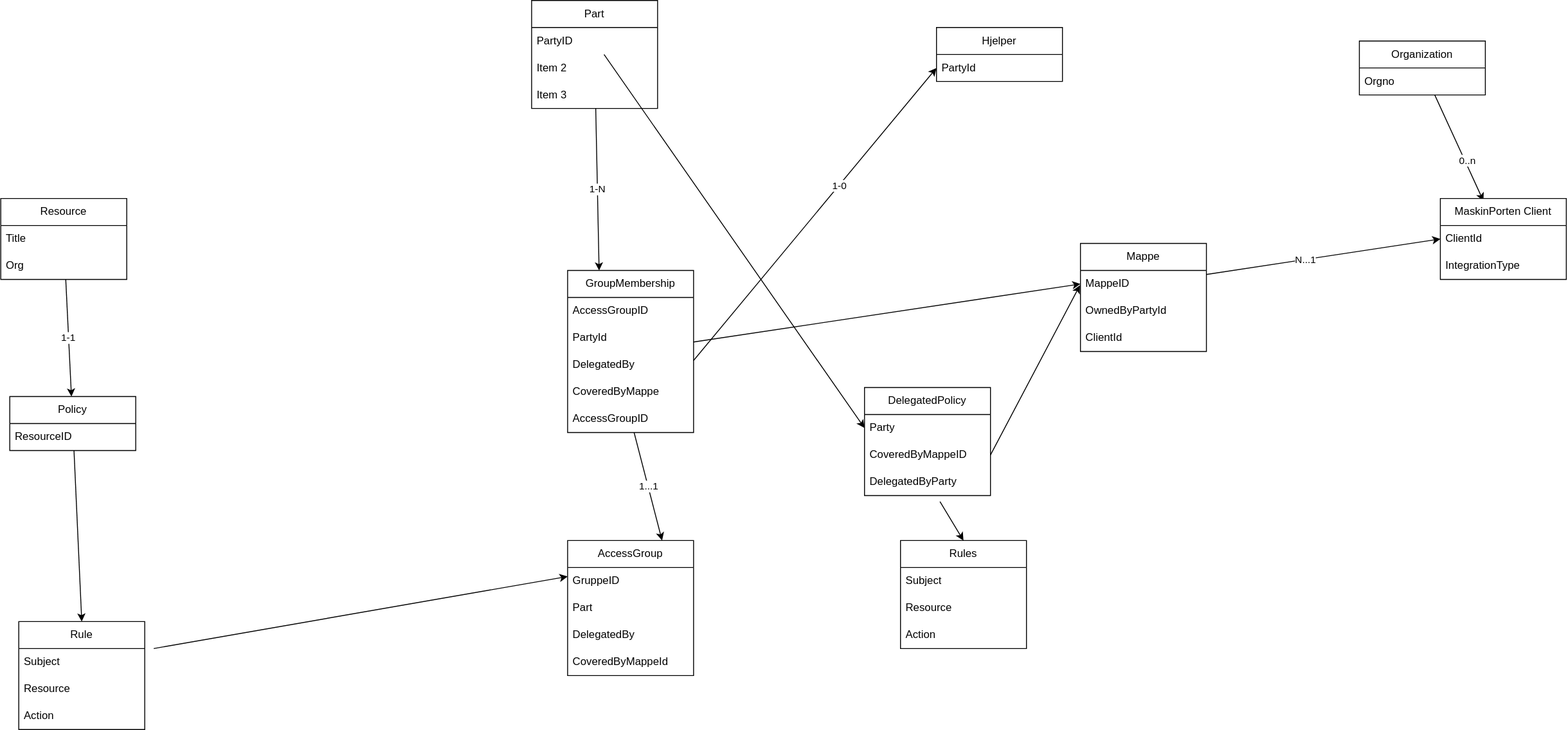
Above: content/authentication/systemauthenticationmodels.drawio.svg in Altinn/altinn-studio-docs (draw.io), before the change. Source tidied: cells renumbered, new cells last; positions are measured from the earlier drawing's top-left corner, leaving out a move shared by most shapes.
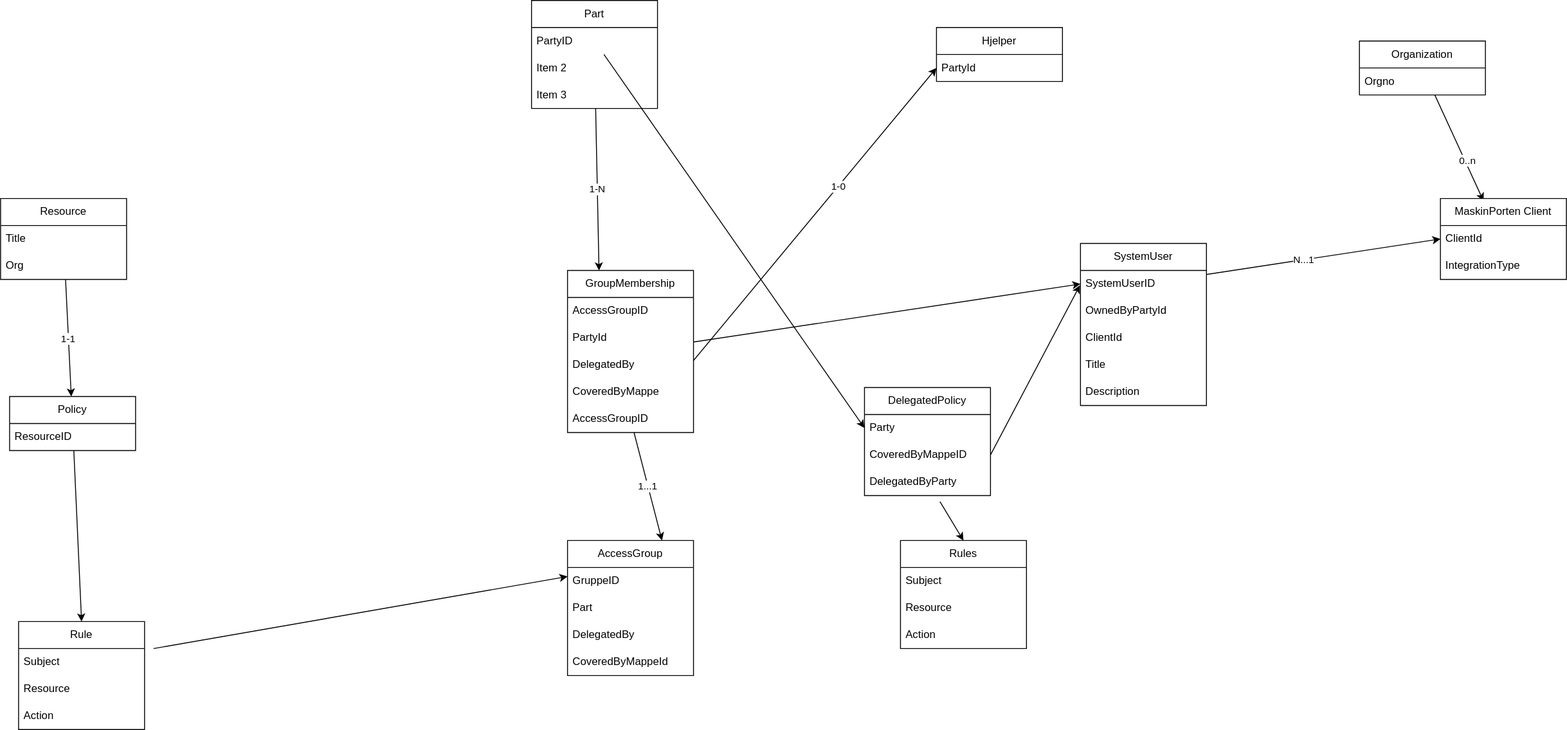
The same file after the commit.

What changed in the source:
```diff
@@ -2,10 +2,10 @@
   <root>
     <mxCell id="0" />
     <mxCell id="1" parent="0" />
-    <mxCell id="2" value="Mappe" style="swimlane;fontStyle=0;horizontal=1;startSize=30;whiteSpace=wrap;html=1;" parent="1" vertex="1">
-      <mxGeometry x="1200" y="270" width="140" height="120" as="geometry" />
+    <mxCell id="2" value="SystemUser" style="swimlane;fontStyle=0;horizontal=1;startSize=30;whiteSpace=wrap;html=1;" parent="1" vertex="1">
+      <mxGeometry x="1200" y="270" width="140" height="180" as="geometry" />
     </mxCell>
-    <mxCell id="3" value="MappeID" style="text;strokeColor=none;fillColor=none;align=left;verticalAlign=middle;spacingLeft=4;spacingRight=4;overflow=hidden;points=[[0,0.5],[1,0.5]];portConstraint=eastwest;whiteSpace=wrap;html=1;" parent="2" vertex="1">
+    <mxCell id="3" value="SystemUserID" style="text;strokeColor=none;fillColor=none;align=left;verticalAlign=middle;spacingLeft=4;spacingRight=4;overflow=hidden;points=[[0,0.5],[1,0.5]];portConstraint=eastwest;whiteSpace=wrap;html=1;" parent="2" vertex="1">
       <mxGeometry y="30" width="140" height="30" as="geometry" />
     </mxCell>
     <mxCell id="4" value="OwnedByPartyId" style="text;strokeColor=none;fillColor=none;align=left;verticalAlign=middle;spacingLeft=4;spacingRight=4;overflow=hidden;points=[[0,0.5],[1,0.5]];portConstraint=eastwest;whiteSpace=wrap;html=1;" parent="2" vertex="1">
@@ -14,6 +14,12 @@
     <mxCell id="5" value="ClientId" style="text;strokeColor=none;fillColor=none;align=left;verticalAlign=middle;spacingLeft=4;spacingRight=4;overflow=hidden;whiteSpace=wrap;html=1;" parent="2" vertex="1">
       <mxGeometry y="90" width="140" height="30" as="geometry" />
     </mxCell>
+    <mxCell id="60" value="Title" style="text;strokeColor=none;fillColor=none;align=left;verticalAlign=middle;spacingLeft=4;spacingRight=4;overflow=hidden;whiteSpace=wrap;html=1;" parent="2" vertex="1">
+      <mxGeometry y="120" width="140" height="30" as="geometry" />
+    </mxCell>
+    <mxCell id="61" value="Description" style="text;strokeColor=none;fillColor=none;align=left;verticalAlign=middle;spacingLeft=4;spacingRight=4;overflow=hidden;whiteSpace=wrap;html=1;" parent="2" vertex="1">
+      <mxGeometry y="150" width="140" height="30" as="geometry" />
+    </mxCell>
     <mxCell id="6" value="1-N" style="edgeStyle=none;html=1;entryX=0.25;entryY=0;entryDx=0;entryDy=0;" parent="1" edge="1" source="7" target="23">
       <mxGeometry relative="1" as="geometry" />
     </mxCell>
```
